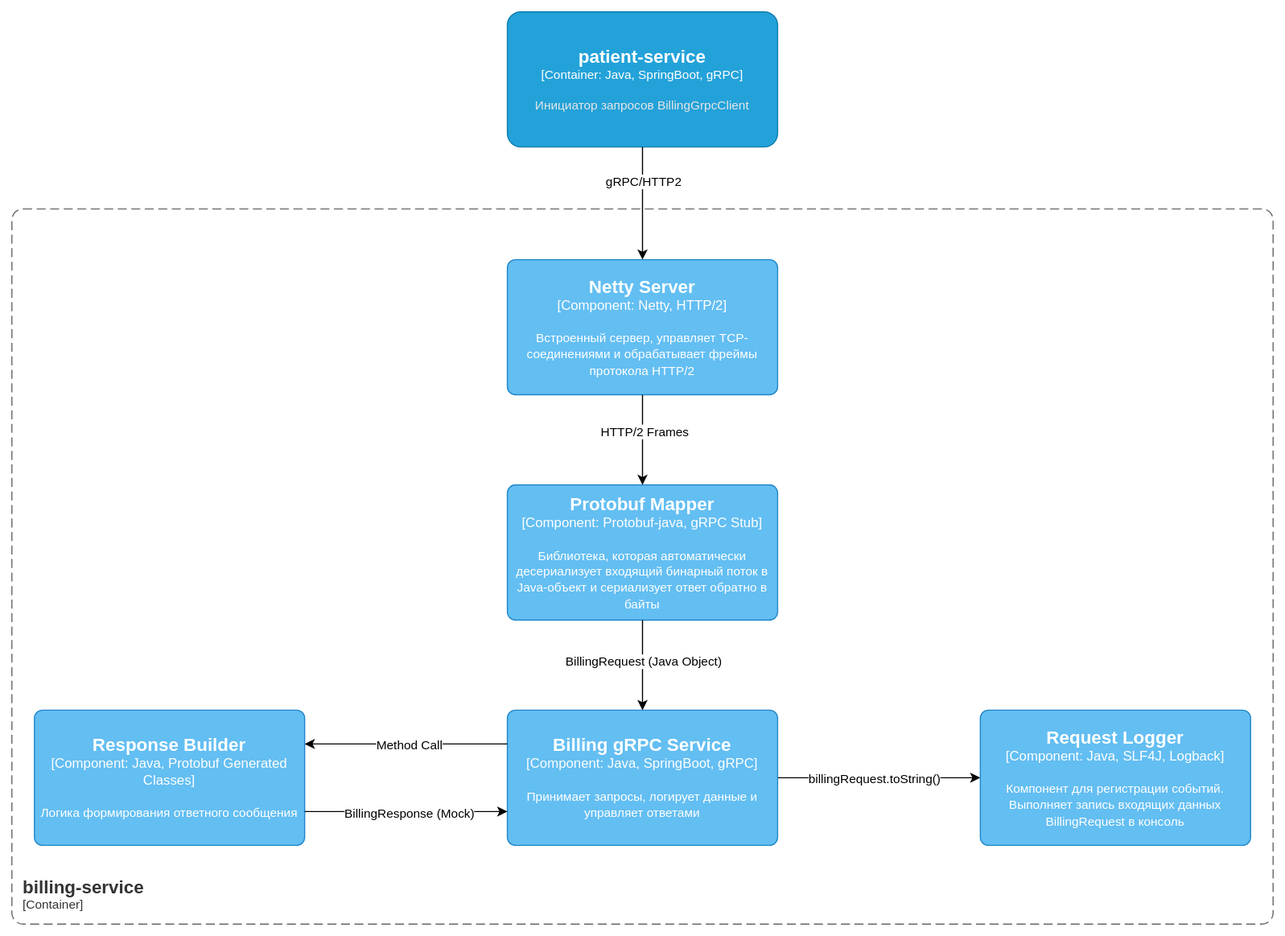
Before: Docs/As-is/Diagrams/billing-serviceC4.svg, a diagram exported from draw.io (ni1a207/Healthcare-System). Source tidied: cells renumbered, new cells last; positions are measured from the earlier drawing's top-left corner, leaving out a move shared by most shapes.
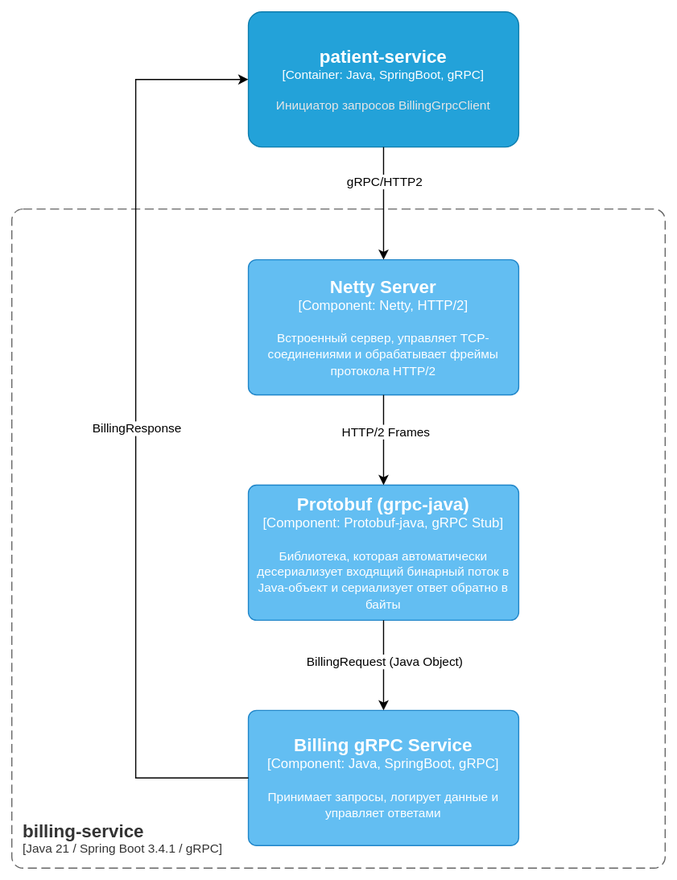
Later version of the same file.

Diff of the diagram source:
```diff
@@ -2,19 +2,11 @@
   <root>
     <mxCell id="0" />
     <mxCell id="1" parent="0" />
-    <object id="2" label="&lt;font style=&quot;font-size: 16px&quot;&gt;&lt;b&gt;&lt;div style=&quot;text-align: left&quot;&gt;%c4Name%&lt;/div&gt;&lt;/b&gt;&lt;/font&gt;&lt;div style=&quot;text-align: left&quot;&gt;[%c4Application%]&lt;/div&gt;" c4Application="Container" c4Name="billing-service" c4Type="ContainerScopeBoundary" placeholders="1">
+    <object id="2" label="&lt;font style=&quot;font-size: 16px&quot;&gt;&lt;b&gt;&lt;div style=&quot;text-align: left&quot;&gt;%c4Name%&lt;/div&gt;&lt;/b&gt;&lt;/font&gt;&lt;div style=&quot;text-align: left&quot;&gt;[%c4Application%]&lt;/div&gt;" c4Application="Java 21 / Spring Boot 3.4.1 / gRPC" c4Name="billing-service" c4Type="ContainerScopeBoundary" placeholders="1">
       <mxCell style="rounded=1;fontSize=11;whiteSpace=wrap;html=1;dashed=1;arcSize=20;fillColor=none;strokeColor=#666666;fontColor=#333333;labelBackgroundColor=none;align=left;verticalAlign=bottom;labelBorderColor=none;spacingTop=0;spacing=10;dashPattern=8 4;perimeter=rectanglePerimeter;noLabel=0;labelPadding=0;absoluteArcSize=1;" parent="1" vertex="1">
-        <mxGeometry y="175" width="1120" height="635" as="geometry" />
+        <mxGeometry x="230" y="175" width="580" height="585" as="geometry" />
       </mxCell>
     </object>
-    <mxCell id="3" style="edgeStyle=orthogonalEdgeStyle;rounded=0;jettySize=auto;html=1;" parent="1" edge="1" source="5" target="7">
-      <mxGeometry relative="1" as="geometry" />
-    </mxCell>
-    <mxCell id="4" value="billingRequest.toString()" style="edgeLabel;html=1;align=center;verticalAlign=middle;" parent="3" vertex="1">
-      <mxGeometry x="-0.12" y="-2" relative="1" as="geometry">
-        <mxPoint x="7" y="-2" as="offset" />
-      </mxGeometry>
-    </mxCell>
     <object id="5" label="&lt;font style=&quot;font-size: 16px&quot;&gt;&lt;b&gt;%c4Name%&lt;/b&gt;&lt;/font&gt;&lt;div&gt;[%c4Type%: %c4Technology%]&lt;/div&gt;&lt;br&gt;&lt;div&gt;&lt;font style=&quot;font-size: 11px&quot;&gt;%c4Description%&lt;/font&gt;&lt;/div&gt;" c4Description="Принимает запросы, логирует данные и управляет ответами" c4Name="Billing gRPC Service" c4Technology="Java, SpringBoot, gRPC" c4Type="Component" placeholders="1">
       <mxCell style="rounded=1;whiteSpace=wrap;html=1;labelBackgroundColor=none;fillColor=#63BEF2;fontColor=#ffffff;align=center;arcSize=6;strokeColor=#2086C9;points=[[0.25,0,0],[0.5,0,0],[0.75,0,0],[1,0.25,0],[1,0.5,0],[1,0.75,0],[0.75,1,0],[0.5,1,0],[0.25,1,0],[0,0.75,0],[0,0.5,0],[0,0.25,0]];" parent="1" vertex="1">
         <mxGeometry x="440" y="620" width="240" height="120" as="geometry" />
@@ -25,27 +17,11 @@
         <mxGeometry x="440" width="240" height="120" as="geometry" />
       </mxCell>
     </object>
-    <object id="7" label="&lt;font style=&quot;font-size: 16px&quot;&gt;&lt;b&gt;%c4Name%&lt;/b&gt;&lt;/font&gt;&lt;div&gt;[%c4Type%: %c4Technology%]&lt;/div&gt;&lt;br&gt;&lt;div&gt;&lt;font style=&quot;font-size: 11px&quot;&gt;%c4Description%&lt;/font&gt;&lt;/div&gt;" c4Description="Компонент для регистрации событий. Выполняет запись входящих данных BillingRequest в консоль" c4Name="Request Logger" c4Technology="Java, SLF4J, Logback" c4Type="Component" placeholders="1">
-      <mxCell style="rounded=1;whiteSpace=wrap;html=1;labelBackgroundColor=none;fillColor=#63BEF2;fontColor=#ffffff;align=center;arcSize=6;strokeColor=#2086C9;points=[[0.25,0,0],[0.5,0,0],[0.75,0,0],[1,0.25,0],[1,0.5,0],[1,0.75,0],[0.75,1,0],[0.5,1,0],[0.25,1,0],[0,0.75,0],[0,0.5,0],[0,0.25,0]];" parent="1" vertex="1">
-        <mxGeometry x="860" y="620" width="240" height="120" as="geometry" />
-      </mxCell>
-    </object>
-    <object id="8" label="&lt;font style=&quot;font-size: 16px&quot;&gt;&lt;b&gt;%c4Name%&lt;/b&gt;&lt;/font&gt;&lt;div&gt;[%c4Type%: %c4Technology%]&lt;/div&gt;&lt;br&gt;&lt;div&gt;&lt;font style=&quot;font-size: 11px&quot;&gt;%c4Description%&lt;/font&gt;&lt;/div&gt;" c4Description="Библиотека, которая автоматически десериализует входящий бинарный поток в Java-объект и сериализует ответ обратно в байты" c4Name="Protobuf Mapper" c4Technology="Protobuf-java, gRPC Stub" c4Type="Component" placeholders="1">
+    <object id="8" label="&lt;font style=&quot;font-size: 16px&quot;&gt;&lt;b&gt;%c4Name%&lt;/b&gt;&lt;/font&gt;&lt;div&gt;[%c4Type%: %c4Technology%]&lt;/div&gt;&lt;br&gt;&lt;div&gt;&lt;font style=&quot;font-size: 11px&quot;&gt;%c4Description%&lt;/font&gt;&lt;/div&gt;" c4Description="Библиотека, которая автоматически десериализует входящий бинарный поток в Java-объект и сериализует ответ обратно в байты" c4Name="Protobuf (grpc-java)" c4Technology="Protobuf-java, gRPC Stub" c4Type="Component" placeholders="1">
       <mxCell style="rounded=1;whiteSpace=wrap;html=1;labelBackgroundColor=none;fillColor=#63BEF2;fontColor=#ffffff;align=center;arcSize=6;strokeColor=#2086C9;points=[[0.25,0,0],[0.5,0,0],[0.75,0,0],[1,0.25,0],[1,0.5,0],[1,0.75,0],[0.75,1,0],[0.5,1,0],[0.25,1,0],[0,0.75,0],[0,0.5,0],[0,0.25,0]];" parent="1" vertex="1">
         <mxGeometry x="440" y="420" width="240" height="120" as="geometry" />
       </mxCell>
     </object>
-    <object id="9" label="&lt;font style=&quot;font-size: 16px&quot;&gt;&lt;b&gt;%c4Name%&lt;/b&gt;&lt;/font&gt;&lt;div&gt;[%c4Type%: %c4Technology%]&lt;/div&gt;&lt;br&gt;&lt;div&gt;&lt;font style=&quot;font-size: 11px&quot;&gt;%c4Description%&lt;/font&gt;&lt;/div&gt;" c4Description="Логика формирования ответного сообщения" c4Name="Response Builder" c4Technology="Java, Protobuf Generated Classes" c4Type="Component" placeholders="1">
-      <mxCell style="rounded=1;whiteSpace=wrap;html=1;labelBackgroundColor=none;fillColor=#63BEF2;fontColor=#ffffff;align=center;arcSize=6;strokeColor=#2086C9;points=[[0.25,0,0],[0.5,0,0],[0.75,0,0],[1,0.25,0],[1,0.5,0],[1,0.75,0],[0.75,1,0],[0.5,1,0],[0.25,1,0],[0,0.75,0],[0,0.5,0],[0,0.25,0]];" parent="1" vertex="1">
-        <mxGeometry x="20" y="620" width="240" height="120" as="geometry" />
-      </mxCell>
-    </object>
-    <mxCell id="10" style="edgeStyle=orthogonalEdgeStyle;rounded=0;jettySize=auto;html=1;entryX=1;entryY=0.25;entryDx=0;entryDy=0;entryPerimeter=0;exitX=0;exitY=0.25;exitDx=0;exitDy=0;exitPerimeter=0;" parent="1" edge="1" source="5" target="9">
-      <mxGeometry relative="1" as="geometry" />
-    </mxCell>
-    <mxCell id="11" value="Method Call" style="edgeLabel;html=1;align=center;verticalAlign=middle;" parent="10" vertex="1">
-      <mxGeometry x="-0.03" relative="1" as="geometry" />
-    </mxCell>
     <object id="12" label="&lt;font style=&quot;font-size: 16px&quot;&gt;&lt;b&gt;%c4Name%&lt;/b&gt;&lt;/font&gt;&lt;div&gt;[%c4Type%: %c4Technology%]&lt;/div&gt;&lt;br&gt;&lt;div&gt;&lt;font style=&quot;font-size: 11px&quot;&gt;%c4Description%&lt;/font&gt;&lt;/div&gt;" c4Description="Встроенный сервер, управляет TCP-соединениями и обрабатывает фреймы протокола HTTP/2" c4Name="Netty Server" c4Technology="Netty, HTTP/2" c4Type="Component" placeholders="1">
       <mxCell style="rounded=1;whiteSpace=wrap;html=1;labelBackgroundColor=none;fillColor=#63BEF2;fontColor=#ffffff;align=center;arcSize=6;strokeColor=#2086C9;points=[[0.25,0,0],[0.5,0,0],[0.75,0,0],[1,0.25,0],[1,0.5,0],[1,0.75,0],[0.75,1,0],[0.5,1,0],[0.25,1,0],[0,0.75,0],[0,0.5,0],[0,0.25,0]];" parent="1" vertex="1">
         <mxGeometry x="440" y="220" width="240" height="120" as="geometry" />
@@ -73,13 +49,18 @@
         <mxPoint y="-2" as="offset" />
       </mxGeometry>
     </mxCell>
-    <mxCell id="19" style="edgeStyle=orthogonalEdgeStyle;rounded=0;jettySize=auto;html=1;entryX=0;entryY=0.75;entryDx=0;entryDy=0;entryPerimeter=0;exitX=1;exitY=0.75;exitDx=0;exitDy=0;exitPerimeter=0;" parent="1" edge="1" source="9" target="5">
-      <mxGeometry relative="1" as="geometry" />
-    </mxCell>
-    <mxCell id="20" value="BillingResponse (Mock)" style="edgeLabel;html=1;align=center;verticalAlign=middle;" parent="19" vertex="1">
-      <mxGeometry x="-0.07" y="-1" relative="1" as="geometry">
-        <mxPoint x="9" as="offset" />
-      </mxGeometry>
-    </mxCell>
+    <mxCell id="21" style="edgeStyle=orthogonalEdgeStyle;rounded=0;jettySize=auto;html=1;entryX=0;entryY=0.5;entryDx=0;entryDy=0;entryPerimeter=0;" parent="1" edge="1" source="5" target="6">
+      <mxGeometry relative="1" as="geometry">
+        <Array as="points">
+          <mxPoint x="340" y="680" />
+          <mxPoint x="340" y="60" />
+        </Array>
+      </mxGeometry>
+    </mxCell>
+    <mxCell id="22" value="BillingResponse" style="edgeLabel;html=1;align=center;verticalAlign=middle;" parent="21" vertex="1">
+      <mxGeometry x="-0.1" relative="1" as="geometry">
+        <mxPoint y="-39" as="offset" />
+      </mxGeometry>
+    </mxCell>
   </root>
 </mxGraphModel>
```
